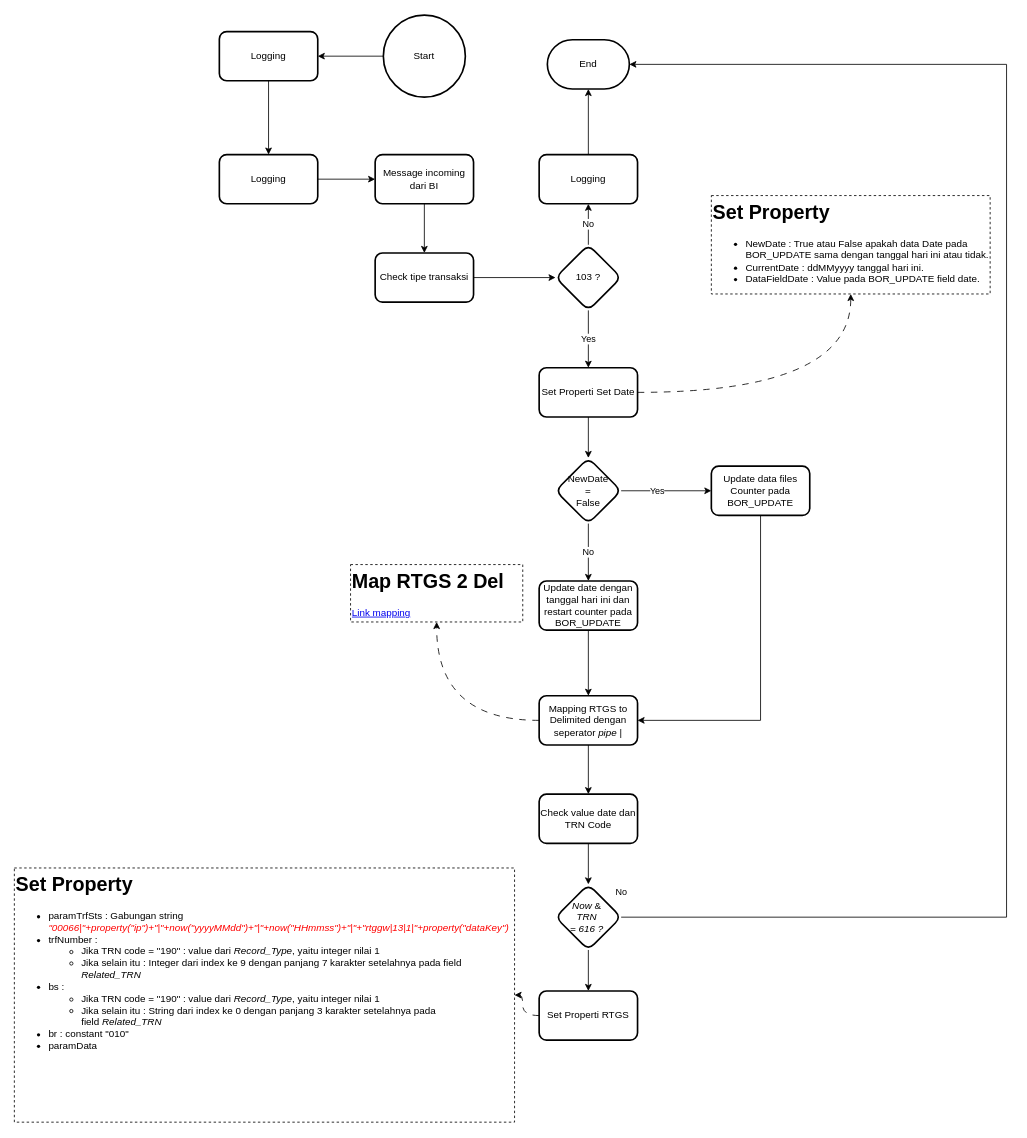
This is Untitled Diagram.drawio from Venturium-System-Indonesia/WorkFlow-RTGSGen2Immitation, a draw.io file, before an edit. Source tidied: cells renumbered, new cells numbered last; positions are measured from the earlier drawing's top-left corner, leaving out a move shared by most shapes. Both pictures are drawn from the tidied source at 82%, with x=0, y=0 at pixel (14, 15).
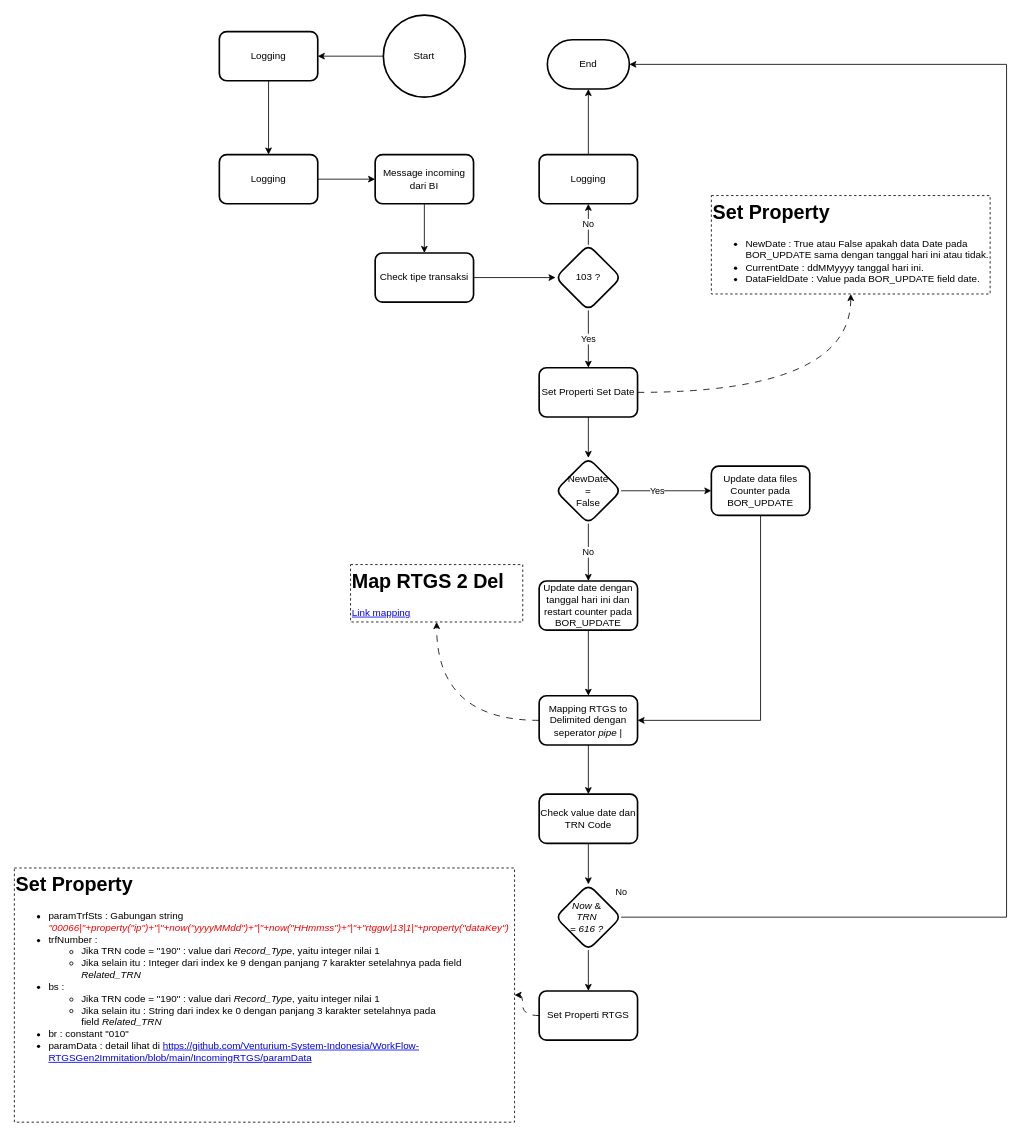
Above is the later version.

Commit message:
Update link paramdata

The edit, as a diff of the source:
```diff
@@
-    <mxCell id="37" value="&lt;h1 style=&quot;margin-top: 0px;&quot;&gt;Set Property&lt;/h1&gt;&lt;p&gt;&lt;/p&gt;&lt;ul&gt;&lt;li&gt;paramTrfSts : Gabungan string &lt;i&gt;&lt;font style=&quot;color: rgb(255, 0, 0);&quot;&gt;&quot;00066|&quot;+property(&quot;ip&quot;)+&quot;|&quot;+now(&quot;yyyyMMdd&quot;)+&quot;|&quot;+now(&quot;HHmmss&quot;)+&quot;|&quot;+&quot;rtggw|13|1|&quot;+property(&quot;dataKey&quot;)&lt;/font&gt;&lt;/i&gt;&lt;/li&gt;&lt;li&gt;trfNumber :&amp;nbsp;&lt;/li&gt;&lt;ul&gt;&lt;li&gt;Jika TRN code = &quot;190&quot; : value dari &lt;i&gt;Record_Type&lt;/i&gt;, yaitu integer nilai 1&lt;/li&gt;&lt;li&gt;Jika selain itu : Integer dari index ke 9 dengan panjang 7 karakter setelahnya pada field &lt;i&gt;Related_TRN&lt;/i&gt;&lt;/li&gt;&lt;/ul&gt;&lt;li&gt;bs :&amp;nbsp;&lt;/li&gt;&lt;ul&gt;&lt;li&gt;Jika TRN code = &quot;190&quot; : value dari&amp;nbsp;&lt;i&gt;Record_Type&lt;/i&gt;, yaitu integer nilai 1&lt;/li&gt;&lt;li&gt;Jika selain itu : String dari index ke 0 dengan panjang 3 karakter setelahnya pada field&amp;nbsp;&lt;i&gt;Related_TRN&lt;/i&gt;&lt;/li&gt;&lt;/ul&gt;&lt;li&gt;br : constant &quot;010&quot;&lt;/li&gt;&lt;li&gt;paramData&lt;/li&gt;&lt;/ul&gt;&lt;p&gt;&lt;/p&gt;" style="text;html=1;whiteSpace=wrap;overflow=hidden;rounded=0;dashed=1;strokeColor=default;" parent="1" vertex="1">
+    <mxCell id="37" value="&lt;h1 style=&quot;margin-top: 0px;&quot;&gt;Set Property&lt;/h1&gt;&lt;p&gt;&lt;/p&gt;&lt;ul&gt;&lt;li&gt;paramTrfSts : Gabungan string &lt;i&gt;&lt;font style=&quot;color: rgb(255, 0, 0);&quot;&gt;&quot;00066|&quot;+property(&quot;ip&quot;)+&quot;|&quot;+now(&quot;yyyyMMdd&quot;)+&quot;|&quot;+now(&quot;HHmmss&quot;)+&quot;|&quot;+&quot;rtggw|13|1|&quot;+property(&quot;dataKey&quot;)&lt;/font&gt;&lt;/i&gt;&lt;/li&gt;&lt;li&gt;trfNumber :&amp;nbsp;&lt;/li&gt;&lt;ul&gt;&lt;li&gt;Jika TRN code = &quot;190&quot; : value dari &lt;i&gt;Record_Type&lt;/i&gt;, yaitu integer nilai 1&lt;/li&gt;&lt;li&gt;Jika selain itu : Integer dari index ke 9 dengan panjang 7 karakter setelahnya pada field &lt;i&gt;Related_TRN&lt;/i&gt;&lt;/li&gt;&lt;/ul&gt;&lt;li&gt;bs :&amp;nbsp;&lt;/li&gt;&lt;ul&gt;&lt;li&gt;Jika TRN code = &quot;190&quot; : value dari&amp;nbsp;&lt;i&gt;Record_Type&lt;/i&gt;, yaitu integer nilai 1&lt;/li&gt;&lt;li&gt;Jika selain itu : String dari index ke 0 dengan panjang 3 karakter setelahnya pada field&amp;nbsp;&lt;i&gt;Related_TRN&lt;/i&gt;&lt;/li&gt;&lt;/ul&gt;&lt;li&gt;br : constant &quot;010&quot;&lt;/li&gt;&lt;li&gt;paramData : detail lihat di&amp;nbsp;&lt;a href=&quot;https://github.com/Venturium-System-Indonesia/WorkFlow-RTGSGen2Immitation/blob/main/IncomingRTGS/paramData&quot;&gt;https://github.com/Venturium-System-Indonesia/WorkFlow-RTGSGen2Immitation/blob/main/IncomingRTGS/paramData&lt;/a&gt;&lt;/li&gt;&lt;/ul&gt;&lt;p&gt;&lt;/p&gt;" style="text;html=1;whiteSpace=wrap;overflow=hidden;rounded=0;dashed=1;strokeColor=default;" parent="1" vertex="1">
       <mxGeometry y="1040" width="610" height="310" as="geometry" />
     </mxCell>
```
